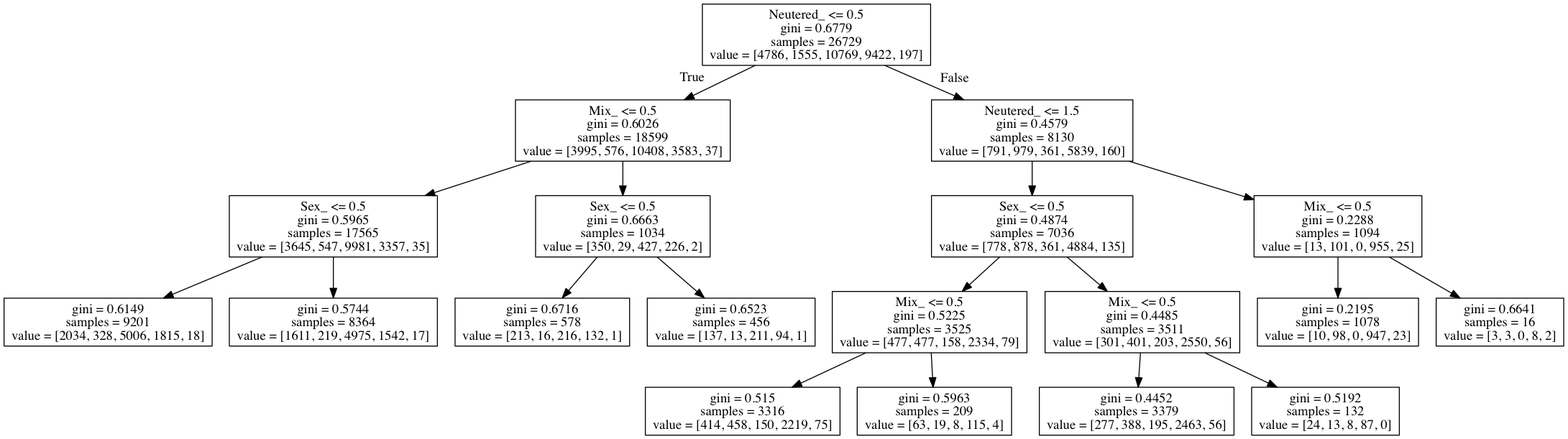
tsizzle/animal_shelter_kaggle keeps this Graphviz diagram as dt.png. Above is the earlier version. Its source is kept beside it as dt.dot. Source of this version:
```dot
digraph Tree {
node [shape=box] ;
0 [label="Neutered_ <= 0.5\ngini = 0.6779\nsamples = 26729\nvalue = [4786, 1555, 10769, 9422, 197]"] ;
1 [label="Mix_ <= 0.5\ngini = 0.6026\nsamples = 18599\nvalue = [3995, 576, 10408, 3583, 37]"] ;
0 -> 1 [labeldistance=2.5, labelangle=45, headlabel="True"] ;
2 [label="Sex_ <= 0.5\ngini = 0.5965\nsamples = 17565\nvalue = [3645, 547, 9981, 3357, 35]"] ;
1 -> 2 ;
3 [label="gini = 0.6149\nsamples = 9201\nvalue = [2034, 328, 5006, 1815, 18]"] ;
2 -> 3 ;
4 [label="gini = 0.5744\nsamples = 8364\nvalue = [1611, 219, 4975, 1542, 17]"] ;
2 -> 4 ;
5 [label="Sex_ <= 0.5\ngini = 0.6663\nsamples = 1034\nvalue = [350, 29, 427, 226, 2]"] ;
1 -> 5 ;
6 [label="gini = 0.6716\nsamples = 578\nvalue = [213, 16, 216, 132, 1]"] ;
5 -> 6 ;
7 [label="gini = 0.6523\nsamples = 456\nvalue = [137, 13, 211, 94, 1]"] ;
5 -> 7 ;
8 [label="Neutered_ <= 1.5\ngini = 0.4579\nsamples = 8130\nvalue = [791, 979, 361, 5839, 160]"] ;
0 -> 8 [labeldistance=2.5, labelangle=-45, headlabel="False"] ;
9 [label="Sex_ <= 0.5\ngini = 0.4874\nsamples = 7036\nvalue = [778, 878, 361, 4884, 135]"] ;
8 -> 9 ;
10 [label="Mix_ <= 0.5\ngini = 0.5225\nsamples = 3525\nvalue = [477, 477, 158, 2334, 79]"] ;
9 -> 10 ;
11 [label="gini = 0.515\nsamples = 3316\nvalue = [414, 458, 150, 2219, 75]"] ;
10 -> 11 ;
12 [label="gini = 0.5963\nsamples = 209\nvalue = [63, 19, 8, 115, 4]"] ;
10 -> 12 ;
13 [label="Mix_ <= 0.5\ngini = 0.4485\nsamples = 3511\nvalue = [301, 401, 203, 2550, 56]"] ;
9 -> 13 ;
14 [label="gini = 0.4452\nsamples = 3379\nvalue = [277, 388, 195, 2463, 56]"] ;
13 -> 14 ;
15 [label="gini = 0.5192\nsamples = 132\nvalue = [24, 13, 8, 87, 0]"] ;
13 -> 15 ;
16 [label="Mix_ <= 0.5\ngini = 0.2288\nsamples = 1094\nvalue = [13, 101, 0, 955, 25]"] ;
8 -> 16 ;
17 [label="gini = 0.2195\nsamples = 1078\nvalue = [10, 98, 0, 947, 23]"] ;
16 -> 17 ;
18 [label="gini = 0.6641\nsamples = 16\nvalue = [3, 3, 0, 8, 2]"] ;
16 -> 18 ;
}
```
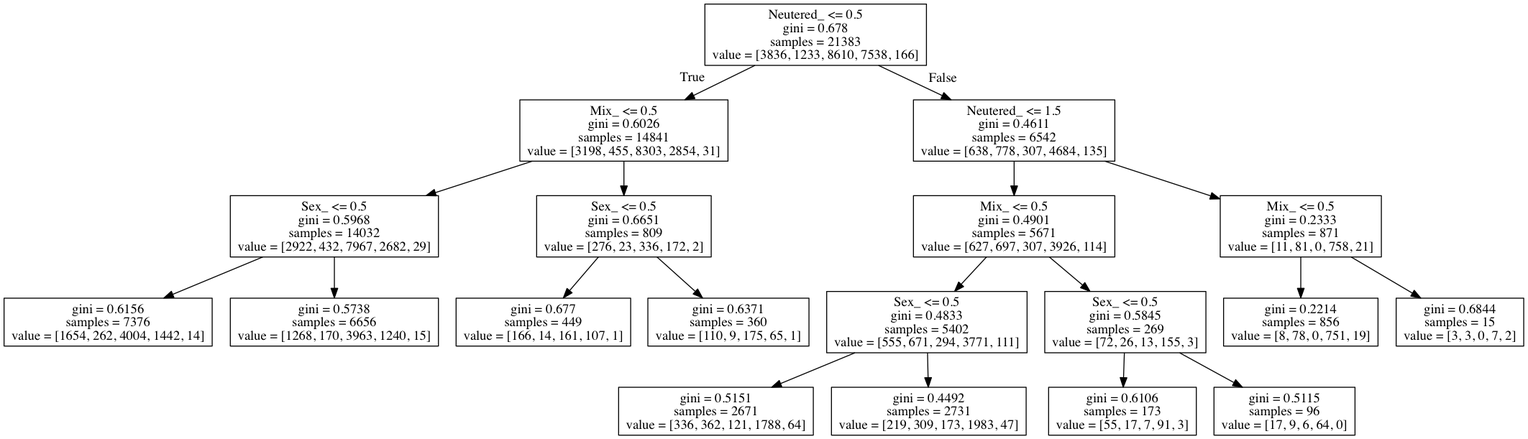
Later version of the same file.

The edit, as a diff of the source:
```diff
@@ -1,40 +1,40 @@
 digraph Tree {
 node [shape=box] ;
-0 [label="Neutered_ <= 0.5\ngini = 0.6779\nsamples = 26729\nvalue = [4786, 1555, 10769, 9422, 197]"] ;
-1 [label="Mix_ <= 0.5\ngini = 0.6026\nsamples = 18599\nvalue = [3995, 576, 10408, 3583, 37]"] ;
+0 [label="Neutered_ <= 0.5\ngini = 0.678\nsamples = 21383\nvalue = [3836, 1233, 8610, 7538, 166]"] ;
+1 [label="Mix_ <= 0.5\ngini = 0.6026\nsamples = 14841\nvalue = [3198, 455, 8303, 2854, 31]"] ;
 0 -> 1 [labeldistance=2.5, labelangle=45, headlabel="True"] ;
-2 [label="Sex_ <= 0.5\ngini = 0.5965\nsamples = 17565\nvalue = [3645, 547, 9981, 3357, 35]"] ;
+2 [label="Sex_ <= 0.5\ngini = 0.5968\nsamples = 14032\nvalue = [2922, 432, 7967, 2682, 29]"] ;
 1 -> 2 ;
-3 [label="gini = 0.6149\nsamples = 9201\nvalue = [2034, 328, 5006, 1815, 18]"] ;
+3 [label="gini = 0.6156\nsamples = 7376\nvalue = [1654, 262, 4004, 1442, 14]"] ;
 2 -> 3 ;
-4 [label="gini = 0.5744\nsamples = 8364\nvalue = [1611, 219, 4975, 1542, 17]"] ;
+4 [label="gini = 0.5738\nsamples = 6656\nvalue = [1268, 170, 3963, 1240, 15]"] ;
 2 -> 4 ;
-5 [label="Sex_ <= 0.5\ngini = 0.6663\nsamples = 1034\nvalue = [350, 29, 427, 226, 2]"] ;
+5 [label="Sex_ <= 0.5\ngini = 0.6651\nsamples = 809\nvalue = [276, 23, 336, 172, 2]"] ;
 1 -> 5 ;
-6 [label="gini = 0.6716\nsamples = 578\nvalue = [213, 16, 216, 132, 1]"] ;
+6 [label="gini = 0.677\nsamples = 449\nvalue = [166, 14, 161, 107, 1]"] ;
 5 -> 6 ;
-7 [label="gini = 0.6523\nsamples = 456\nvalue = [137, 13, 211, 94, 1]"] ;
+7 [label="gini = 0.6371\nsamples = 360\nvalue = [110, 9, 175, 65, 1]"] ;
 5 -> 7 ;
-8 [label="Neutered_ <= 1.5\ngini = 0.4579\nsamples = 8130\nvalue = [791, 979, 361, 5839, 160]"] ;
+8 [label="Neutered_ <= 1.5\ngini = 0.4611\nsamples = 6542\nvalue = [638, 778, 307, 4684, 135]"] ;
 0 -> 8 [labeldistance=2.5, labelangle=-45, headlabel="False"] ;
-9 [label="Sex_ <= 0.5\ngini = 0.4874\nsamples = 7036\nvalue = [778, 878, 361, 4884, 135]"] ;
+9 [label="Mix_ <= 0.5\ngini = 0.4901\nsamples = 5671\nvalue = [627, 697, 307, 3926, 114]"] ;
 8 -> 9 ;
-10 [label="Mix_ <= 0.5\ngini = 0.5225\nsamples = 3525\nvalue = [477, 477, 158, 2334, 79]"] ;
+10 [label="Sex_ <= 0.5\ngini = 0.4833\nsamples = 5402\nvalue = [555, 671, 294, 3771, 111]"] ;
 9 -> 10 ;
-11 [label="gini = 0.515\nsamples = 3316\nvalue = [414, 458, 150, 2219, 75]"] ;
+11 [label="gini = 0.5151\nsamples = 2671\nvalue = [336, 362, 121, 1788, 64]"] ;
 10 -> 11 ;
-12 [label="gini = 0.5963\nsamples = 209\nvalue = [63, 19, 8, 115, 4]"] ;
+12 [label="gini = 0.4492\nsamples = 2731\nvalue = [219, 309, 173, 1983, 47]"] ;
 10 -> 12 ;
-13 [label="Mix_ <= 0.5\ngini = 0.4485\nsamples = 3511\nvalue = [301, 401, 203, 2550, 56]"] ;
+13 [label="Sex_ <= 0.5\ngini = 0.5845\nsamples = 269\nvalue = [72, 26, 13, 155, 3]"] ;
 9 -> 13 ;
-14 [label="gini = 0.4452\nsamples = 3379\nvalue = [277, 388, 195, 2463, 56]"] ;
+14 [label="gini = 0.6106\nsamples = 173\nvalue = [55, 17, 7, 91, 3]"] ;
 13 -> 14 ;
-15 [label="gini = 0.5192\nsamples = 132\nvalue = [24, 13, 8, 87, 0]"] ;
+15 [label="gini = 0.5115\nsamples = 96\nvalue = [17, 9, 6, 64, 0]"] ;
 13 -> 15 ;
-16 [label="Mix_ <= 0.5\ngini = 0.2288\nsamples = 1094\nvalue = [13, 101, 0, 955, 25]"] ;
+16 [label="Mix_ <= 0.5\ngini = 0.2333\nsamples = 871\nvalue = [11, 81, 0, 758, 21]"] ;
 8 -> 16 ;
-17 [label="gini = 0.2195\nsamples = 1078\nvalue = [10, 98, 0, 947, 23]"] ;
+17 [label="gini = 0.2214\nsamples = 856\nvalue = [8, 78, 0, 751, 19]"] ;
 16 -> 17 ;
-18 [label="gini = 0.6641\nsamples = 16\nvalue = [3, 3, 0, 8, 2]"] ;
+18 [label="gini = 0.6844\nsamples = 15\nvalue = [3, 3, 0, 7, 2]"] ;
 16 -> 18 ;
 }
```
